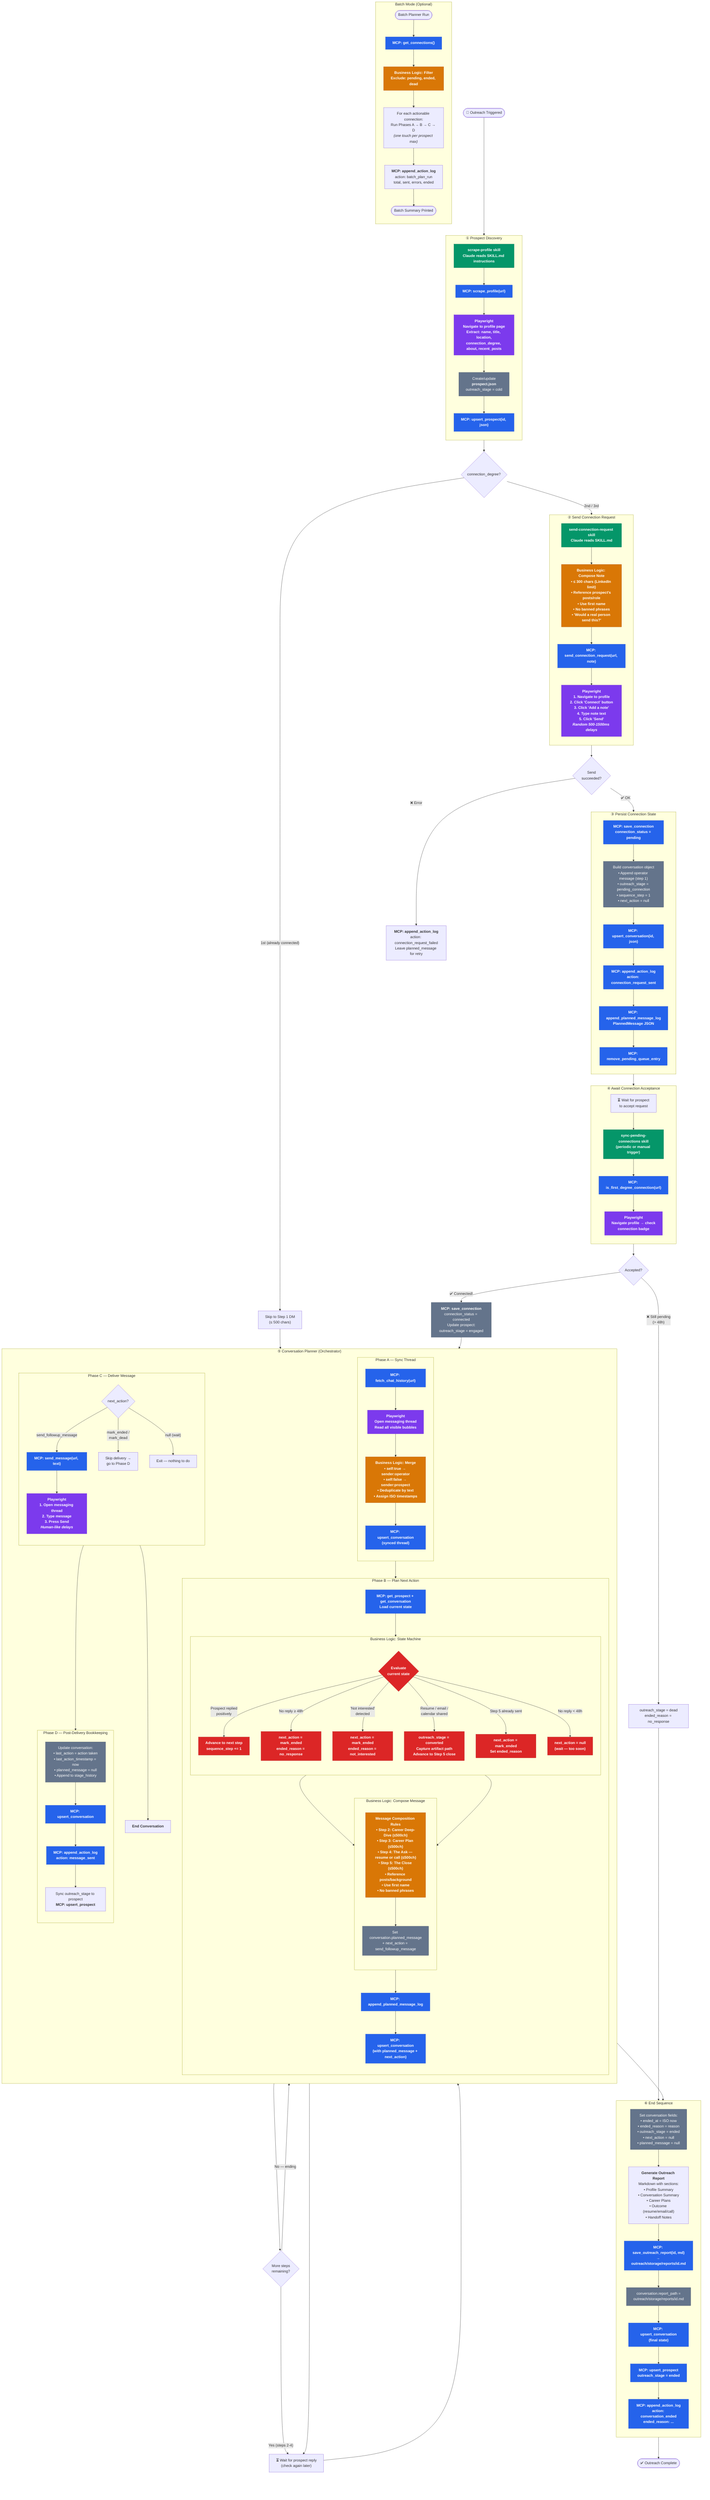
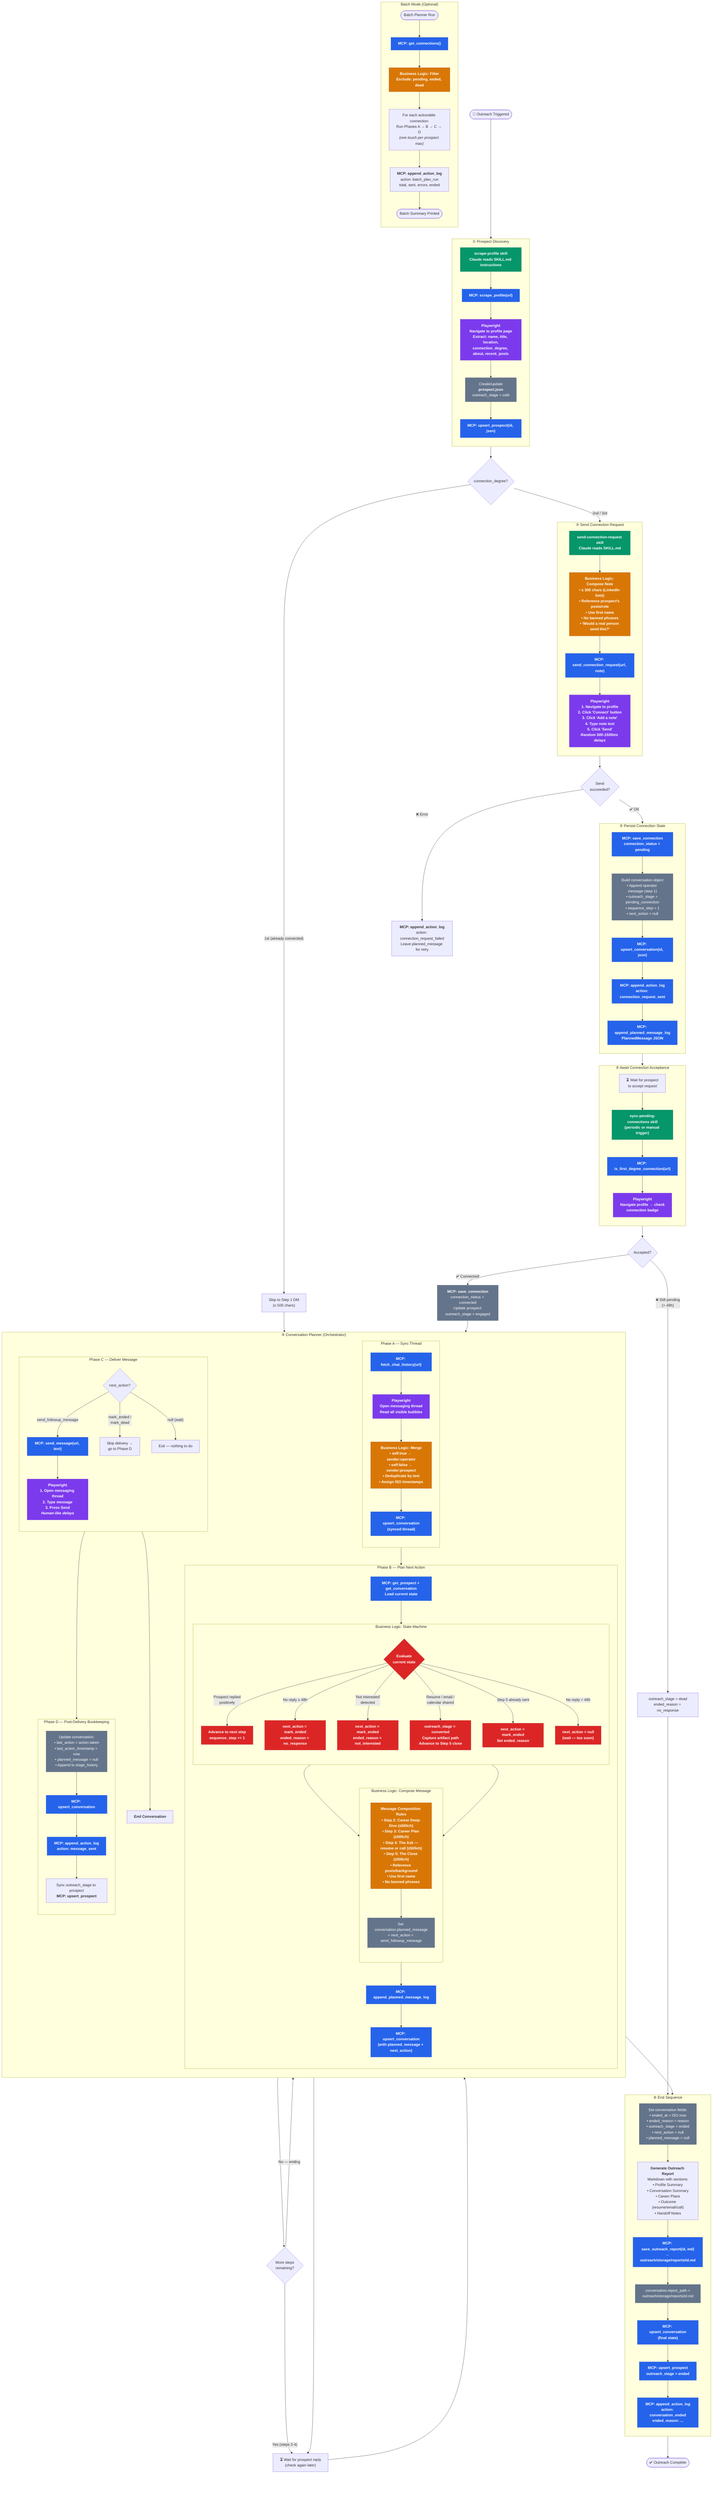
%% LinkedIn Outreach — Full Workflow Diagram
%% From send_connection_request → mark_ended
%% Layers: Skills (Claude) → MCP Tools → Playwright/Browser → LinkedIn

flowchart TD

    %% ═══════════════════════════════════════════════
    %% ENTRY POINTS
    %% ═══════════════════════════════════════════════
    START([🚀 Outreach Triggered])
    START --> SCRAPE_SKILL

    subgraph PROSPECT_DISCOVERY ["① Prospect Discovery"]
        direction TB
        SCRAPE_SKILL["<b>scrape-profile skill</b><br/>Claude reads SKILL.md instructions"]
        SCRAPE_SKILL --> MCP_SCRAPE["<b>MCP: scrape_profile(url)</b>"]
        MCP_SCRAPE --> PW_SCRAPE["<b>Playwright</b><br/>Navigate to profile page<br/>Extract: name, title, location,<br/>connection_degree, about, recent_posts"]
        PW_SCRAPE --> PROSPECT_JSON["Create/update<br/><b>prospect.json</b><br/>outreach_stage = cold"]
        PROSPECT_JSON --> MCP_UPSERT_P1["<b>MCP: upsert_prospect(id, json)</b>"]
    end

    MCP_UPSERT_P1 --> DEGREE_CHECK

    %% ═══════════════════════════════════════════════
    %% CONNECTION DEGREE ROUTING
    %% ═══════════════════════════════════════════════
    DEGREE_CHECK{"connection_degree?"}
    DEGREE_CHECK -- "2nd / 3rd" --> CONN_REQ_SKILL
    DEGREE_CHECK -- "1st (already connected)" --> SKIP_TO_DM["Skip to Step 1 DM<br/>(≤ 500 chars)"]
    SKIP_TO_DM --> PHASE_B

    %% ═══════════════════════════════════════════════
    %% STEP 1a: SEND CONNECTION REQUEST
    %% ═══════════════════════════════════════════════
    subgraph CONN_REQUEST ["② Send Connection Request"]
        direction TB
        CONN_REQ_SKILL["<b>send-connection-request skill</b><br/>Claude reads SKILL.md"]
        CONN_REQ_SKILL --> COMPOSE_NOTE["<b>Business Logic: Compose Note</b><br/>• ≤ 300 chars (LinkedIn limit)<br/>• Reference prospect's posts/role<br/>• Use first name<br/>• No banned phrases<br/>• 'Would a real person send this?'"]
        COMPOSE_NOTE --> MCP_SEND_CONN["<b>MCP: send_connection_request(url, note)</b>"]
        MCP_SEND_CONN --> PW_CONN["<b>Playwright</b><br/>1. Navigate to profile<br/>2. Click 'Connect' button<br/>3. Click 'Add a note'<br/>4. Type note text<br/>5. Click 'Send'<br/><i>Random 500-1500ms delays</i>"]
    end

    PW_CONN --> CONN_SUCCESS{"Send<br/>succeeded?"}
    CONN_SUCCESS -- "❌ Error" --> LOG_ERROR["<b>MCP: append_action_log</b><br/>action: connection_request_failed<br/>Leave planned_message for retry"]
    CONN_SUCCESS -- "✅ OK" --> PERSIST_CONN

    %% ═══════════════════════════════════════════════
    %% POST-CONNECTION PERSISTENCE
    %% ═══════════════════════════════════════════════
    subgraph PERSIST_CONN ["③ Persist Connection State"]
        direction TB
        MCP_SAVE_CONN["<b>MCP: save_connection</b><br/>connection_status = pending"]
        MCP_SAVE_CONN --> BUILD_CONV["Build conversation object<br/>• Append operator message (step 1)<br/>• outreach_stage = pending_connection<br/>• sequence_step = 1<br/>• next_action = null"]
        BUILD_CONV --> MCP_UPSERT_CONV1["<b>MCP: upsert_conversation(id, json)</b>"]
        MCP_UPSERT_CONV1 --> MCP_ACTION_LOG1["<b>MCP: append_action_log</b><br/>action: connection_request_sent"]
        MCP_ACTION_LOG1 --> MCP_PLANNED1["<b>MCP: append_planned_message_log</b><br/>PlannedMessage JSON"]
-         MCP_PLANNED1 --> MCP_REMOVE_Q["<b>MCP: remove_pending_queue_entry</b>"]
    end

-     MCP_REMOVE_Q --> WAIT_ACCEPT
+     MCP_PLANNED1 --> WAIT_ACCEPT

    %% ═══════════════════════════════════════════════
    %% WAITING FOR ACCEPTANCE
    %% ═══════════════════════════════════════════════
    subgraph PENDING_SYNC ["④ Await Connection Acceptance"]
        direction TB
        WAIT_ACCEPT["⏳ Wait for prospect<br/>to accept request"]
        WAIT_ACCEPT --> SYNC_SKILL["<b>sync-pending-connections skill</b><br/>(periodic or manual trigger)"]
        SYNC_SKILL --> MCP_IS_1ST["<b>MCP: is_first_degree_connection(url)</b>"]
        MCP_IS_1ST --> PW_CHECK["<b>Playwright</b><br/>Navigate profile → check<br/>connection badge"]
    end

    PW_CHECK --> ACCEPTED{"Accepted?"}
    ACCEPTED -- "❌ Still pending<br/>(> 48h)" --> MARK_DEAD["outreach_stage = dead<br/>ended_reason = no_response"]
    MARK_DEAD --> END_FLOW
    ACCEPTED -- "✅ Connected!" --> UPDATE_CONN["<b>MCP: save_connection</b><br/>connection_status = connected<br/>Update prospect:<br/>outreach_stage = engaged"]

    UPDATE_CONN --> CONV_PLANNER

    %% ═══════════════════════════════════════════════
    %% CONVERSATION PLANNER — MAIN ORCHESTRATOR
    %% ═══════════════════════════════════════════════
    subgraph CONV_PLANNER ["⑤ Conversation Planner (Orchestrator)"]
        direction TB

        subgraph PHASE_A ["Phase A — Sync Thread"]
            direction TB
            FETCH_HIST["<b>MCP: fetch_chat_history(url)</b>"]
            FETCH_HIST --> PW_FETCH["<b>Playwright</b><br/>Open messaging thread<br/>Read all visible bubbles"]
            PW_FETCH --> MERGE_MSGS["<b>Business Logic: Merge</b><br/>• self:true → sender:operator<br/>• self:false → sender:prospect<br/>• Deduplicate by text<br/>• Assign ISO timestamps"]
            MERGE_MSGS --> MCP_UPSERT_SYNC["<b>MCP: upsert_conversation</b><br/>(synced thread)"]
        end

        subgraph PHASE_B ["Phase B — Plan Next Action"]
            direction TB
            LOAD_STATE["<b>MCP: get_prospect + get_conversation</b><br/>Load current state"]
            LOAD_STATE --> STATE_MACHINE

            subgraph STATE_MACHINE ["Business Logic: State Machine"]
                direction TB
                SM_CHECK{"Evaluate<br/>current state"}

                SM_CHECK -- "Prospect replied<br/>positively" --> ADVANCE["Advance to next step<br/>sequence_step += 1"]
                SM_CHECK -- "No reply ≥ 48h" --> TIMEOUT["next_action = mark_ended<br/>ended_reason = no_response"]
                SM_CHECK -- "'Not interested'<br/>detected" --> DECLINE["next_action = mark_ended<br/>ended_reason = not_interested"]
                SM_CHECK -- "Resume / email /<br/>calendar shared" --> CONVERT["outreach_stage = converted<br/>Capture artifact path<br/>Advance to Step 5 close"]
                SM_CHECK -- "Step 5 already sent" --> FINALIZE["next_action = mark_ended<br/>Set ended_reason"]
                SM_CHECK -- "No reply < 48h" --> DO_NOTHING["next_action = null<br/>(wait — too soon)"]
            end

            ADVANCE --> COMPOSE_MSG
            CONVERT --> COMPOSE_MSG

            subgraph COMPOSE_MSG ["Business Logic: Compose Message"]
                direction TB
                MSG_RULES["<b>Message Composition Rules</b><br/>• Step 2: Career Deep-Dive (≤500ch)<br/>• Step 3: Career Plan (≤500ch)<br/>• Step 4: The Ask — resume or call (≤500ch)<br/>• Step 5: The Close (≤500ch)<br/>• Reference posts/background<br/>• Use first name<br/>• No banned phrases"]
                MSG_RULES --> SET_PLANNED["Set conversation.planned_message<br/>+ next_action = send_followup_message"]
            end

            SET_PLANNED --> MCP_PLANNED_B["<b>MCP: append_planned_message_log</b>"]
            MCP_PLANNED_B --> MCP_UPSERT_PLAN["<b>MCP: upsert_conversation</b><br/>(with planned_message + next_action)"]
        end

        subgraph PHASE_C ["Phase C — Deliver Message"]
            direction TB
            CHECK_ACTION{"next_action?"}
            CHECK_ACTION -- "send_followup_message" --> MCP_SEND_MSG["<b>MCP: send_message(url, text)</b>"]
            MCP_SEND_MSG --> PW_SEND["<b>Playwright</b><br/>1. Open messaging thread<br/>2. Type message<br/>3. Press Send<br/><i>Human-like delays</i>"]
            CHECK_ACTION -- "mark_ended /<br/>mark_dead" --> SKIP_SEND["Skip delivery →<br/>go to Phase D"]
            CHECK_ACTION -- "null (wait)" --> EXIT_WAIT["Exit — nothing to do"]
        end

        subgraph PHASE_D ["Phase D — Post-Delivery Bookkeeping"]
            direction TB
            UPDATE_CONV["Update conversation:<br/>• last_action = action taken<br/>• last_action_timestamp = now<br/>• planned_message = null<br/>• Append to stage_history"]
            UPDATE_CONV --> MCP_UPSERT_D["<b>MCP: upsert_conversation</b>"]
            MCP_UPSERT_D --> MCP_LOG_D["<b>MCP: append_action_log</b><br/>action: message_sent"]
            MCP_LOG_D --> SYNC_PROSPECT["Sync outreach_stage to prospect<br/><b>MCP: upsert_prospect</b>"]
        end

        MCP_UPSERT_SYNC --> LOAD_STATE
        PW_SEND --> UPDATE_CONV
        SKIP_SEND --> END_SEQUENCE
    end

    SYNC_PROSPECT --> NEXT_CYCLE{"More steps<br/>remaining?"}
    NEXT_CYCLE -- "Yes (steps 2-4)" --> WAIT_REPLY["⏳ Wait for prospect reply<br/>(check again later)"]
    WAIT_REPLY --> PHASE_A
    NEXT_CYCLE -- "No — ending" --> END_SEQUENCE
    EXIT_WAIT --> WAIT_REPLY

    %% ═══════════════════════════════════════════════
    %% ENDING SEQUENCE
    %% ═══════════════════════════════════════════════
    subgraph END_FLOW ["⑥ End Sequence"]
        direction TB
        END_SEQUENCE["<b>End Conversation</b>"]
        END_SEQUENCE --> SET_ENDED["Set conversation fields:<br/>• ended_at = ISO now<br/>• ended_reason = reason<br/>• outreach_stage = ended<br/>• next_action = null<br/>• planned_message = null"]
        SET_ENDED --> GEN_REPORT["<b>Generate Outreach Report</b><br/>Markdown with sections:<br/>• Profile Summary<br/>• Conversation Summary<br/>• Career Plans<br/>• Outcome (resume/email/call)<br/>• Handoff Notes"]
        GEN_REPORT --> MCP_REPORT["<b>MCP: save_outreach_report(id, md)</b><br/>→ outreach/storage/reports/id.md"]
        MCP_REPORT --> SET_REPORT_PATH["conversation.report_path =<br/>outreach/storage/reports/id.md"]
        SET_REPORT_PATH --> MCP_UPSERT_END["<b>MCP: upsert_conversation</b><br/>(final state)"]
        MCP_UPSERT_END --> MCP_UPSERT_P_END["<b>MCP: upsert_prospect</b><br/>outreach_stage = ended"]
        MCP_UPSERT_P_END --> MCP_LOG_END["<b>MCP: append_action_log</b><br/>action: conversation_ended<br/>ended_reason: ..."]
    end

    MCP_LOG_END --> DONE([✅ Outreach Complete])

    %% ═══════════════════════════════════════════════
    %% BATCH MODE (side flow)
    %% ═══════════════════════════════════════════════
    subgraph BATCH ["Batch Mode (Optional)"]
        direction TB
        BATCH_START(["Batch Planner Run"])
        BATCH_START --> MCP_GET_CONNS["<b>MCP: get_connections()</b>"]
        MCP_GET_CONNS --> FILTER["<b>Business Logic: Filter</b><br/>Exclude: pending, ended, dead"]
        FILTER --> LOOP["For each actionable connection:<br/>Run Phases A → B → C → D<br/><i>(one touch per prospect max)</i>"]
        LOOP --> BATCH_LOG["<b>MCP: append_action_log</b><br/>action: batch_plan_run<br/>total, sent, errors, ended"]
        BATCH_LOG --> BATCH_DONE(["Batch Summary Printed"])
    end

    %% ═══════════════════════════════════════════════
    %% STYLING
    %% ═══════════════════════════════════════════════
    classDef mcp fill:#2563eb,stroke:#1d4ed8,color:#fff,font-weight:bold
    classDef playwright fill:#7c3aed,stroke:#6d28d9,color:#fff,font-weight:bold
    classDef skill fill:#059669,stroke:#047857,color:#fff,font-weight:bold
    classDef logic fill:#d97706,stroke:#b45309,color:#fff,font-weight:bold
    classDef state fill:#dc2626,stroke:#b91c1c,color:#fff,font-weight:bold
    classDef data fill:#64748b,stroke:#475569,color:#fff

    class MCP_SCRAPE,MCP_UPSERT_P1,MCP_SEND_CONN,MCP_SAVE_CONN,MCP_UPSERT_CONV1,MCP_ACTION_LOG1,MCP_PLANNED1,MCP_REMOVE_Q,MCP_IS_1ST,FETCH_HIST,MCP_UPSERT_SYNC,MCP_SEND_MSG,MCP_UPSERT_D,MCP_LOG_D,MCP_UPSERT_PLAN,MCP_PLANNED_B,MCP_REPORT,MCP_UPSERT_END,MCP_UPSERT_P_END,MCP_LOG_END,MCP_GET_CONNS,LOAD_STATE mcp
    class PW_SCRAPE,PW_CONN,PW_CHECK,PW_FETCH,PW_SEND playwright
    class SCRAPE_SKILL,CONN_REQ_SKILL,SYNC_SKILL skill
    class COMPOSE_NOTE,MSG_RULES,MERGE_MSGS,FILTER logic
    class SM_CHECK,ADVANCE,TIMEOUT,DECLINE,CONVERT,FINALIZE,DO_NOTHING state
    class PROSPECT_JSON,BUILD_CONV,UPDATE_CONV,SET_ENDED,SET_PLANNED,SET_REPORT_PATH,UPDATE_CONN data
